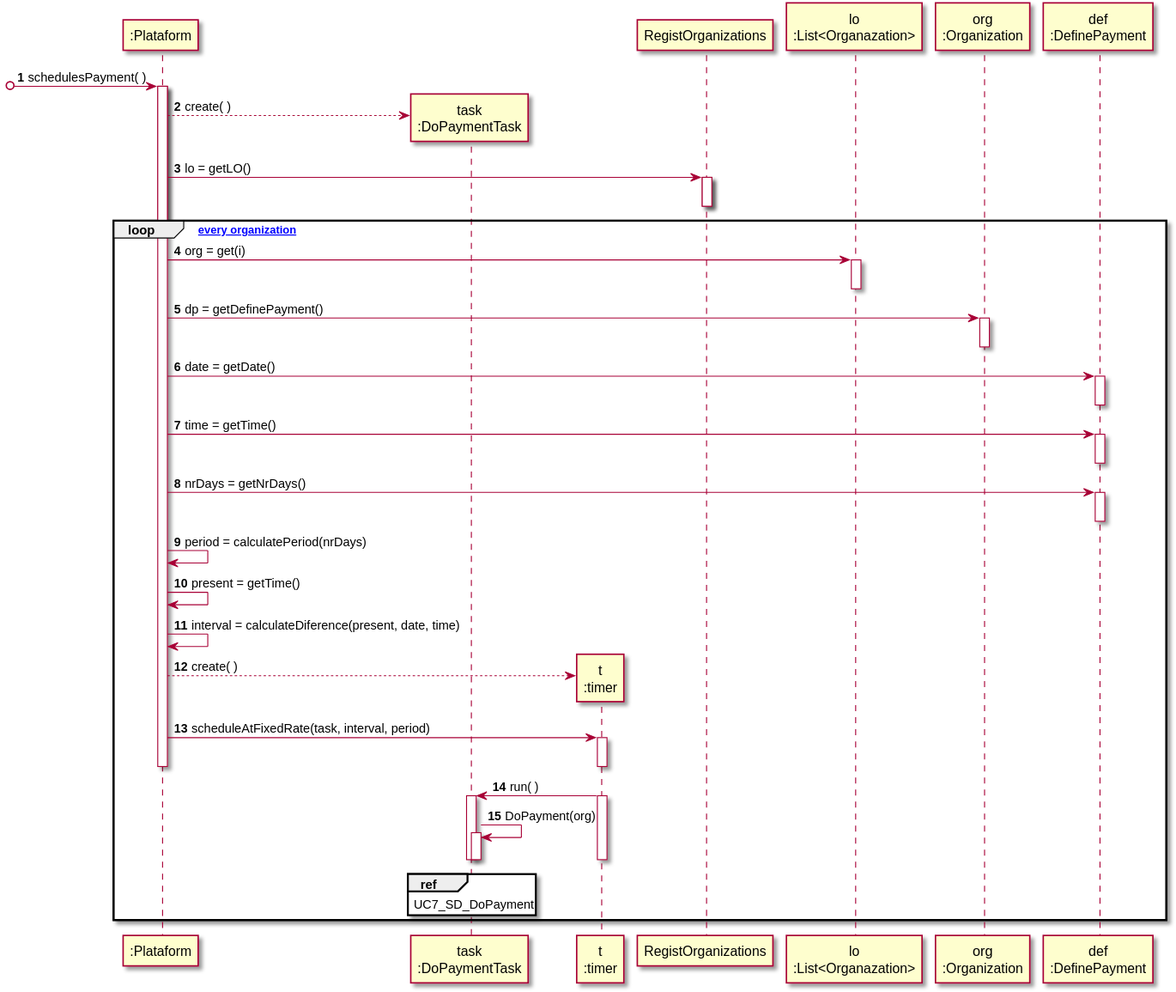
Earlier version of the PlantUML export docs/UC7 - Do Payment Automatically/UC7_SD.svg (1190452/LAPR2).
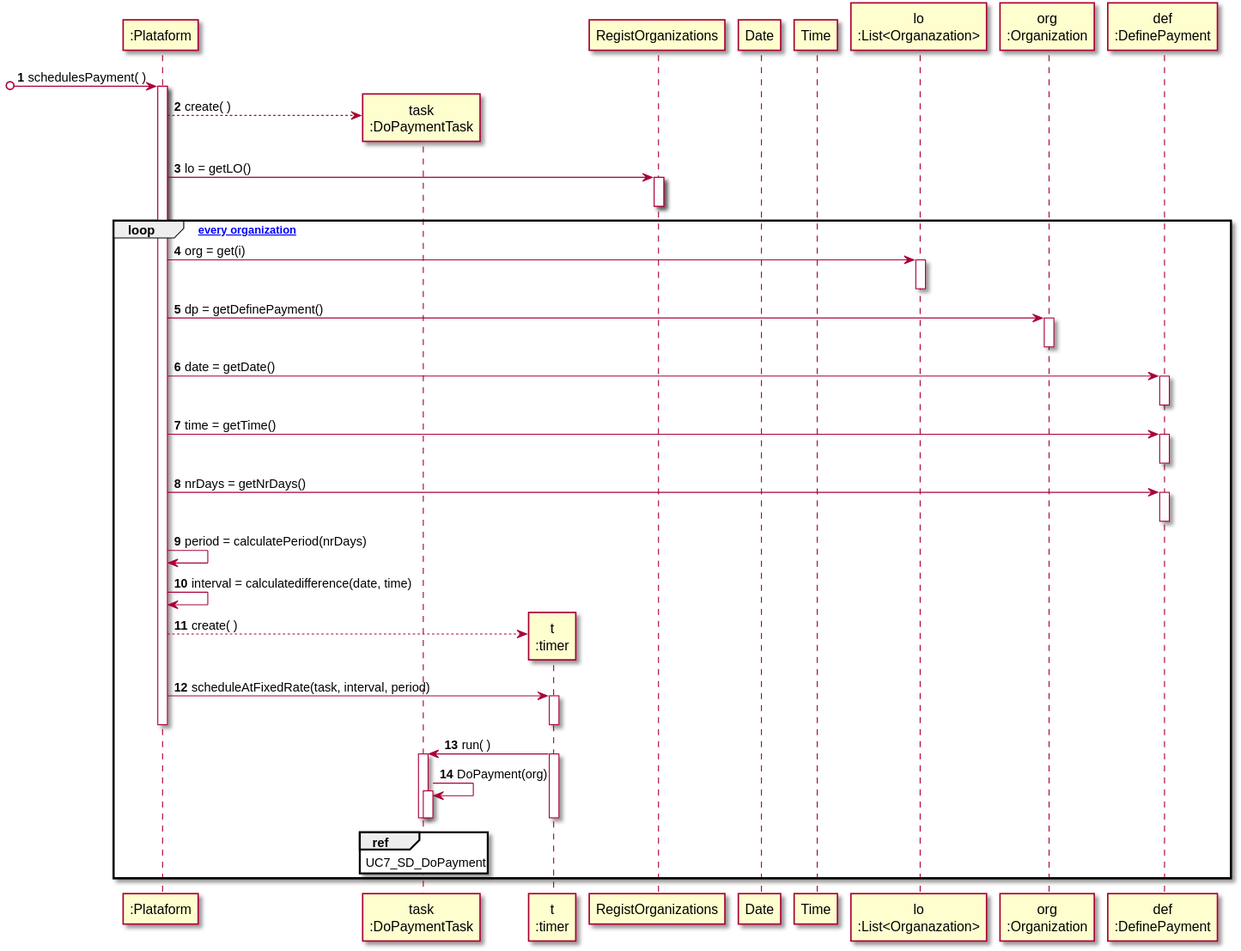
After the commit.

Diff of the diagram source:
```diff
@@ -5,6 +5,8 @@
 participant "task\n:DoPaymentTask" as TASK
 participant "t\n:timer" as TI
 participant "RegistOrganizations" as RORGS
+participant "Date" as D
+participant "Time" as T
 participant "lo\n:List<Organazation>" as LO
 participant "org\n:Organization" as O
 participant "def\n:DefinePayment" as DP
@@ -15,6 +17,7 @@
 activate PLAT
 
 PLAT --> TASK** : create( )
+
 
 
 PLAT -> RORGS : lo = getLO()
@@ -37,12 +40,10 @@
 activate DP
 deactivate DP
 
-
 PLAT -> PLAT : period = calculatePeriod(nrDays)
 
-PLAT -> PLAT : present = getTime()
 
-PLAT -> PLAT : interval = calculateDiference(present, date, time)
+PLAT -> PLAT : interval = calculatedifference(date, time)
 
 
 PLAT --> TI** : create( )
```
